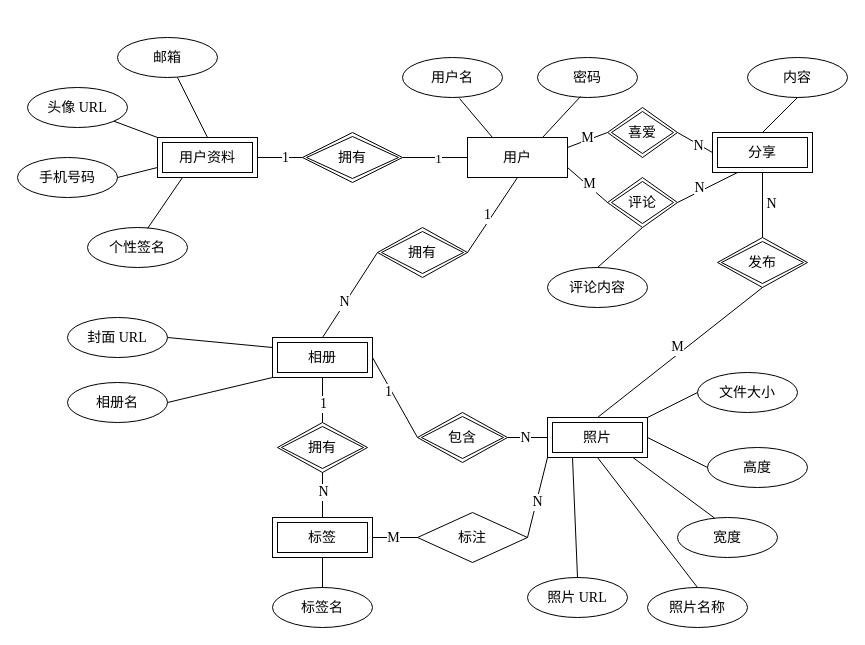
3fuyang/3fuyang.github.io keeps this draw.io diagram as public/erd.drawio. Above is the earlier version. Source tidied: cells renumbered, new cells numbered last; positions are measured from the earlier drawing's top-left corner, leaving out a move shared by most shapes. Both pictures are drawn from the tidied source at 100%, with x=0, y=0 at pixel (17, 37).
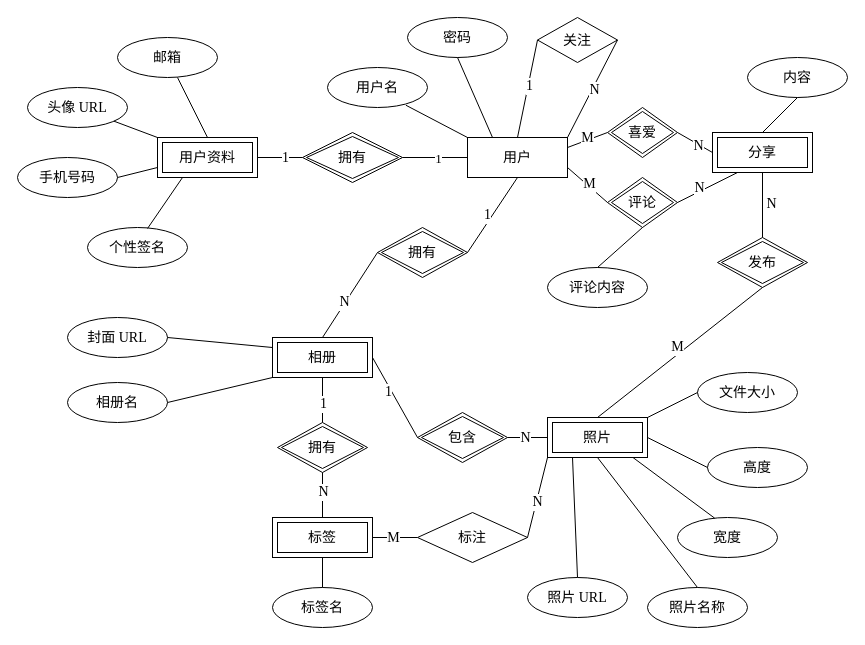
After the change.

Unchanged cells that the change refers to:
```xml
<mxCell id="2" value="&lt;font face=&quot;宋体&quot;&gt;&lt;span style=&quot;font-size: 14px;&quot;&gt;用户&lt;/span&gt;&lt;/font&gt;" style="whiteSpace=wrap;html=1;align=center;" parent="1" vertex="1">
  <mxGeometry x="450" y="100" width="100" height="40" as="geometry" />
</mxCell>
```

Change to the diagram source:
```diff
@@
     <mxCell id="3" value="&lt;font face=&quot;宋体&quot;&gt;&lt;font style=&quot;font-size: 14px;&quot;&gt;用户&lt;/font&gt;&lt;font style=&quot;font-size: 14px;&quot;&gt;名&lt;/font&gt;&lt;/font&gt;" style="ellipse;whiteSpace=wrap;html=1;align=center;" parent="1" vertex="1">
-      <mxGeometry x="385" y="20" width="100" height="40" as="geometry" />
+      <mxGeometry x="310" y="30" width="100" height="40" as="geometry" />
     </mxCell>
     <mxCell id="4" value="&lt;font face=&quot;宋体&quot;&gt;&lt;span style=&quot;font-size: 14px;&quot;&gt;密码&lt;/span&gt;&lt;/font&gt;" style="ellipse;whiteSpace=wrap;html=1;align=center;" parent="1" vertex="1">
-      <mxGeometry x="520" y="20" width="100" height="40" as="geometry" />
+      <mxGeometry x="390" y="-20" width="100" height="40" as="geometry" />
     </mxCell>
@@
-    <mxCell id="13" style="endArrow=none;html=1;rounded=0;entryX=0.57;entryY=1.025;entryDx=0;entryDy=0;entryPerimeter=0;exitX=0.25;exitY=0;exitDx=0;exitDy=0;" parent="1" edge="1" source="2" target="3">
+    <mxCell id="13" style="endArrow=none;html=1;rounded=0;exitX=0;exitY=0;exitDx=0;exitDy=0;entryX=0.784;entryY=0.943;entryDx=0;entryDy=0;entryPerimeter=0;" parent="1" edge="1" source="2" target="3">
       <mxGeometry relative="1" as="geometry" />
     </mxCell>
-    <mxCell id="14" style="endArrow=none;html=1;rounded=0;entryX=0.43;entryY=0.975;entryDx=0;entryDy=0;entryPerimeter=0;exitX=0.75;exitY=0;exitDx=0;exitDy=0;" parent="1" edge="1" source="2" target="4">
+    <mxCell id="14" style="endArrow=none;html=1;rounded=0;entryX=0.5;entryY=1;entryDx=0;entryDy=0;exitX=0.25;exitY=0;exitDx=0;exitDy=0;" parent="1" edge="1" source="2" target="4">
       <mxGeometry relative="1" as="geometry" />
     </mxCell>
@@
+    <mxCell id="83" value="&lt;font face=&quot;宋体&quot;&gt;&lt;span style=&quot;font-size: 14px;&quot;&gt;关注&lt;/span&gt;&lt;/font&gt;" style="shape=rhombus;perimeter=rhombusPerimeter;whiteSpace=wrap;html=1;align=center;" parent="1" vertex="1">
+      <mxGeometry x="520" y="-20" width="80" height="45" as="geometry" />
+    </mxCell>
+    <mxCell id="84" style="endArrow=none;html=1;rounded=0;exitX=0;exitY=0.5;exitDx=0;exitDy=0;entryX=0.5;entryY=0;entryDx=0;entryDy=0;" parent="1" edge="1" source="83" target="2">
+      <mxGeometry relative="1" as="geometry" />
+    </mxCell>
+    <mxCell id="85" value="&lt;font face=&quot;Times New Roman&quot; style=&quot;font-size: 14px;&quot;&gt;1&lt;/font&gt;" style="edgeLabel;html=1;align=center;verticalAlign=middle;" parent="84" vertex="1">
+      <mxGeometry x="-0.05" y="1" relative="1" as="geometry" />
+    </mxCell>
+    <mxCell id="86" style="endArrow=none;html=1;rounded=0;entryX=1;entryY=0.5;entryDx=0;entryDy=0;exitX=1;exitY=0;exitDx=0;exitDy=0;" parent="1" edge="1" source="2" target="83">
+      <mxGeometry relative="1" as="geometry" />
+    </mxCell>
+    <mxCell id="87" value="&lt;font face=&quot;Times New Roman&quot; style=&quot;font-size: 14px;&quot;&gt;N&lt;/font&gt;" style="edgeLabel;html=1;align=center;verticalAlign=middle;" parent="86" vertex="1">
+      <mxGeometry x="-0.01" y="-2" relative="1" as="geometry" />
+    </mxCell>
```
